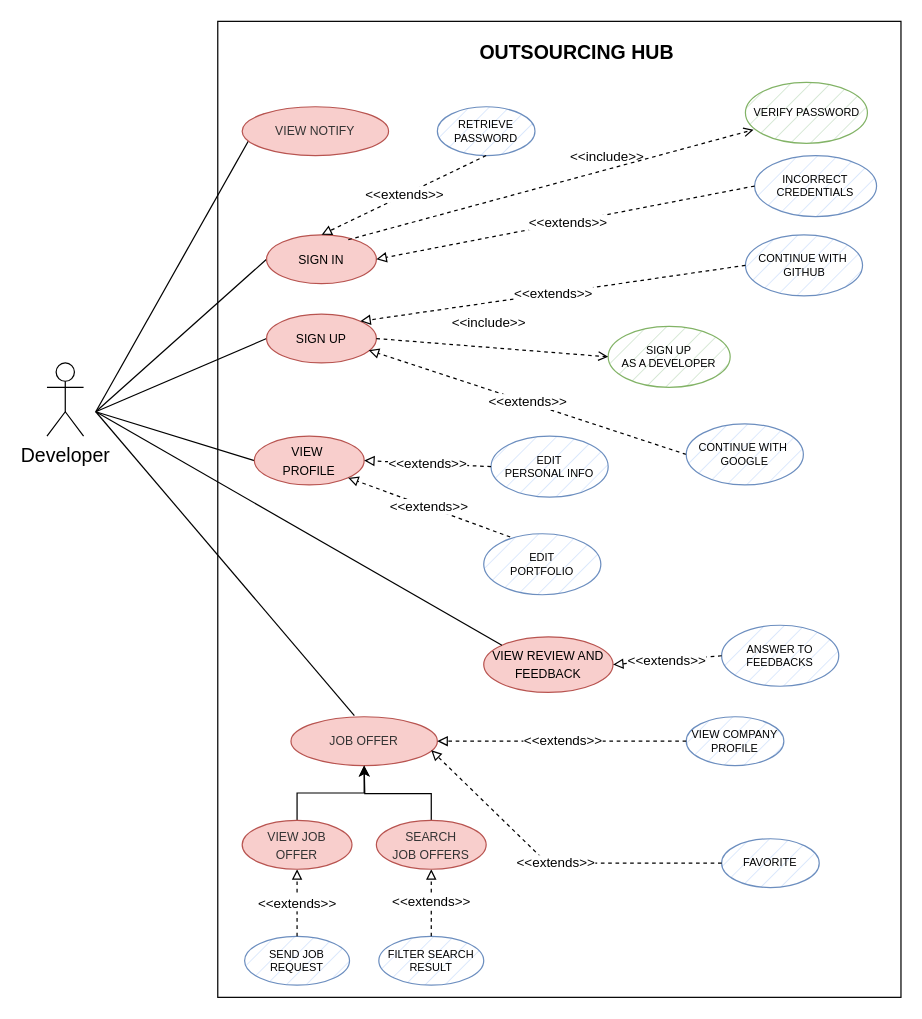
Above: use_cases/use_cases_dev.drawio in mattiadanisi00/ids (draw.io), before the change. Source tidied: cells renumbered, new cells numbered last; positions are measured from the earlier drawing's top-left corner, leaving out a move shared by most shapes. Both pictures are drawn from the tidied source at 122%, with x=0, y=0 at pixel (46, 21).
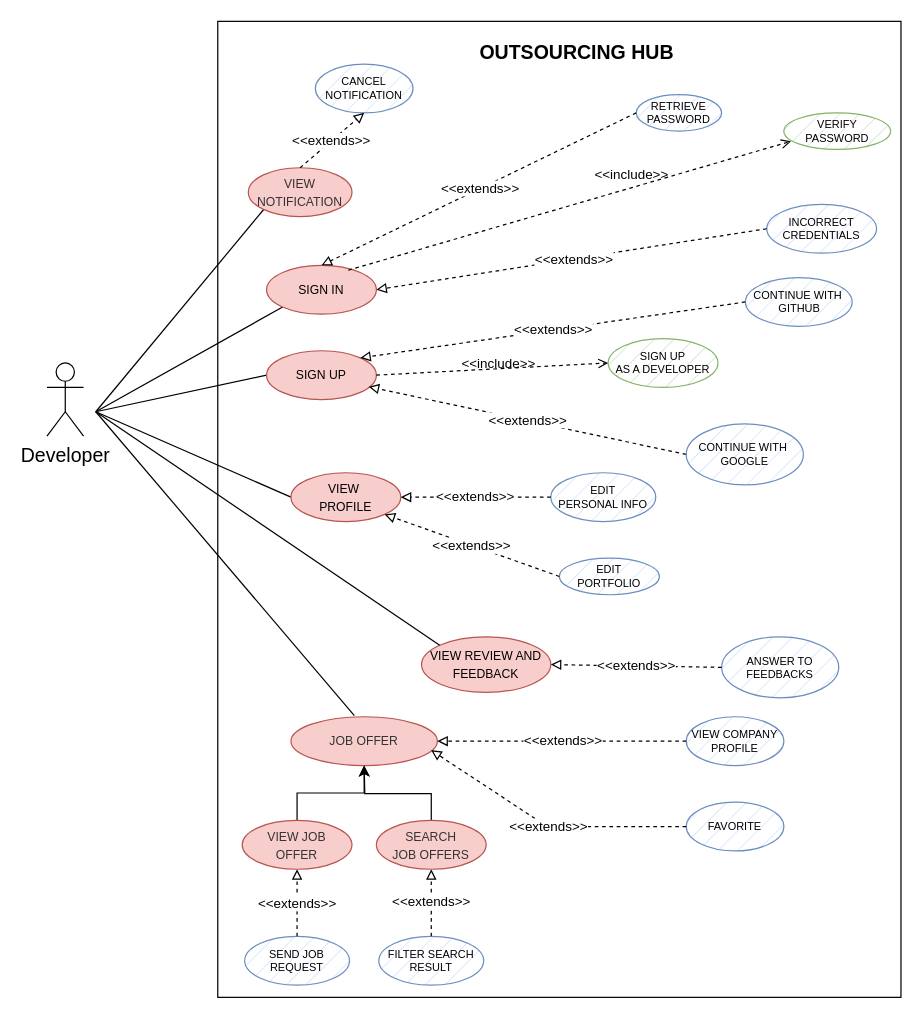
The same diagram, later.

The change refers to these unchanged cells:
```xml
<mxCell id="27" value="&lt;span style=&quot;caret-color: rgb(0, 0, 0); font-family: Helvetica; font-size: x-small; font-style: normal; font-variant-caps: normal; font-weight: 400; letter-spacing: normal; text-align: center; text-indent: 0px; text-transform: none; word-spacing: 0px; -webkit-text-stroke-width: 0px; text-decoration: none; float: none; display: inline !important;&quot;&gt;&lt;font color=&quot;#333333&quot;&gt;JOB OFFER&lt;/font&gt;&lt;/span&gt;" style="ellipse;whiteSpace=wrap;html=1;fillColor=#f8cecc;strokeColor=#b85450;" parent="1" vertex="1">
  <mxGeometry x="200" y="570" width="120" height="40" as="geometry" />
</mxCell>
```

Diff of the diagram source:
```diff
@@
-    <mxCell id="4" style="edgeStyle=none;rounded=0;jettySize=auto;html=1;entryX=0;entryY=0.5;entryDx=0;entryDy=0;startArrow=none;startFill=0;strokeColor=default;endArrow=none;endFill=0;strokeWidth=1;" parent="1" edge="1" target="8">
+    <mxCell id="4" style="edgeStyle=none;rounded=0;jettySize=auto;html=1;entryX=0;entryY=1;entryDx=0;entryDy=0;startArrow=none;startFill=0;strokeColor=default;endArrow=none;endFill=0;strokeWidth=1;" parent="1" edge="1" target="8">
       <mxGeometry relative="1" as="geometry">
         <mxPoint x="40" y="320" as="sourcePoint" />
       </mxGeometry>
     </mxCell>
@@
     <mxCell id="8" value="&lt;font style=&quot;font-size: 10px;&quot;&gt;SIGN IN&lt;/font&gt;" style="ellipse;whiteSpace=wrap;html=1;fillColor=#f8cecc;strokeColor=#b85450;" parent="1" vertex="1">
-      <mxGeometry x="180" y="175" width="90" height="40" as="geometry" />
+      <mxGeometry x="180" y="200" width="90" height="40" as="geometry" />
     </mxCell>
     <mxCell id="9" value="&lt;font style=&quot;font-size: 9px;&quot;&gt;INCORRECT&lt;br style=&quot;font-size: 9px;&quot;&gt;CREDENTIALS&lt;/font&gt;" style="ellipse;whiteSpace=wrap;html=1;fillColor=#dae8fc;strokeColor=#6c8ebf;fontSize=9;strokeWidth=1;fillStyle=hatch;" parent="1" vertex="1">
-      <mxGeometry x="580" y="110" width="100" height="50" as="geometry" />
+      <mxGeometry x="590" y="150" width="90" height="40" as="geometry" />
     </mxCell>
@@
     <mxCell id="11" value="&lt;font style=&quot;font-size: 10px;&quot;&gt;SIGN UP&lt;/font&gt;" style="ellipse;whiteSpace=wrap;html=1;fillColor=#f8cecc;strokeColor=#b85450;" parent="1" vertex="1">
-      <mxGeometry x="180" y="240" width="90" height="40" as="geometry" />
+      <mxGeometry x="180" y="270" width="90" height="40" as="geometry" />
     </mxCell>
     <mxCell id="12" value="&lt;font style=&quot;font-size: 10px;&quot;&gt;VIEW&amp;nbsp;&lt;br&gt;PROFILE&lt;/font&gt;" style="ellipse;whiteSpace=wrap;html=1;fillColor=#f8cecc;strokeColor=#b85450;" parent="1" vertex="1">
-      <mxGeometry x="170" y="340" width="90" height="40" as="geometry" />
+      <mxGeometry x="200" y="370" width="90" height="40" as="geometry" />
     </mxCell>
     <mxCell id="13" value="&lt;font style=&quot;font-size: 9px;&quot;&gt;EDIT&lt;br style=&quot;font-size: 9px;&quot;&gt;PERSONAL INFO&lt;br style=&quot;font-size: 9px;&quot;&gt;&lt;/font&gt;" style="ellipse;whiteSpace=wrap;html=1;fillColor=#dae8fc;strokeColor=#6c8ebf;fontSize=9;strokeWidth=1;fillStyle=hatch;" parent="1" vertex="1">
-      <mxGeometry x="364" y="340" width="96" height="50" as="geometry" />
+      <mxGeometry x="413" y="370" width="86" height="40" as="geometry" />
     </mxCell>
     <mxCell id="14" value="&lt;font style=&quot;font-size: 9px;&quot;&gt;RETRIEVE&lt;br style=&quot;font-size: 9px;&quot;&gt;PASSWORD&lt;/font&gt;" style="ellipse;whiteSpace=wrap;html=1;fillColor=#dae8fc;strokeColor=#6c8ebf;fontSize=9;strokeWidth=1;fillStyle=hatch;" parent="1" vertex="1">
-      <mxGeometry x="320" y="70" width="80" height="40" as="geometry" />
+      <mxGeometry x="483" y="60" width="70" height="30" as="geometry" />
     </mxCell>
-    <mxCell id="15" value="&amp;lt;&amp;lt;extends&amp;gt;&amp;gt;" style="endArrow=block;endFill=0;html=1;rounded=0;dashed=1;exitX=0.5;exitY=1;exitDx=0;exitDy=0;entryX=0.5;entryY=0;entryDx=0;entryDy=0;" parent="1" edge="1" source="14" target="8">
+    <mxCell id="15" value="&amp;lt;&amp;lt;extends&amp;gt;&amp;gt;" style="endArrow=block;endFill=0;html=1;rounded=0;dashed=1;exitX=0;exitY=0.5;exitDx=0;exitDy=0;entryX=0.5;entryY=0;entryDx=0;entryDy=0;" parent="1" edge="1" source="14" target="8">
       <mxGeometry x="-0.01" relative="1" as="geometry" />
     </mxCell>
     <mxCell id="16" value="&lt;font style=&quot;font-size: 9px;&quot;&gt;EDIT&lt;br style=&quot;font-size: 9px;&quot;&gt;PORTFOLIO&lt;br style=&quot;font-size: 9px;&quot;&gt;&lt;/font&gt;" style="ellipse;whiteSpace=wrap;html=1;fillColor=#dae8fc;strokeColor=#6c8ebf;fontSize=9;strokeWidth=1;fillStyle=hatch;" parent="1" vertex="1">
-      <mxGeometry x="358" y="420" width="96" height="50" as="geometry" />
+      <mxGeometry x="420" y="440" width="82" height="30" as="geometry" />
     </mxCell>
@@
-    <mxCell id="18" value="&amp;lt;&amp;lt;extends&amp;gt;&amp;gt;" style="endArrow=block;endFill=0;html=1;rounded=0;dashed=1;exitX=0.226;exitY=0.053;exitDx=0;exitDy=0;exitPerimeter=0;entryX=1;entryY=1;entryDx=0;entryDy=0;" parent="1" edge="1" source="16" target="12">
+    <mxCell id="18" value="&amp;lt;&amp;lt;extends&amp;gt;&amp;gt;" style="endArrow=block;endFill=0;html=1;rounded=0;dashed=1;exitX=0;exitY=0.5;exitDx=0;exitDy=0;entryX=1;entryY=1;entryDx=0;entryDy=0;" parent="1" edge="1" source="16" target="12">
       <mxGeometry relative="1" as="geometry" />
     </mxCell>
@@
     <mxCell id="21" value="&lt;font style=&quot;font-size: 9px;&quot;&gt;CONTINUE WITH&amp;nbsp;&lt;br style=&quot;font-size: 9px;&quot;&gt;GITHUB&lt;br style=&quot;font-size: 9px;&quot;&gt;&lt;/font&gt;" style="ellipse;whiteSpace=wrap;html=1;fillColor=#dae8fc;strokeColor=#6c8ebf;fontSize=9;strokeWidth=1;fillStyle=hatch;" parent="1" vertex="1">
-      <mxGeometry x="572.5" y="175" width="96" height="50" as="geometry" />
+      <mxGeometry x="572.5" y="210" width="87.5" height="40" as="geometry" />
     </mxCell>
@@
     <mxCell id="24" value="&lt;font style=&quot;font-size: 9px;&quot;&gt;VERIFY PASSWORD&lt;/font&gt;" style="ellipse;whiteSpace=wrap;html=1;fillColor=#d5e8d4;strokeColor=#82b366;fontSize=9;strokeWidth=1;fillStyle=hatch;" parent="1" vertex="1">
-      <mxGeometry x="572.5" y="50" width="100" height="50" as="geometry" />
+      <mxGeometry x="604" y="75" width="87.5" height="30" as="geometry" />
     </mxCell>
     <mxCell id="25" value="&lt;font size=&quot;1&quot;&gt;VIEW REVIEW AND FEEDBACK&lt;/font&gt;" style="ellipse;whiteSpace=wrap;html=1;fillColor=#f8cecc;strokeColor=#b85450;" parent="1" vertex="1">
-      <mxGeometry x="358" y="504.5" width="106" height="45.5" as="geometry" />
+      <mxGeometry x="307" y="504.5" width="106" height="45.5" as="geometry" />
     </mxCell>
@@
     <mxCell id="35" value="&lt;font style=&quot;font-size: 9px;&quot;&gt;ANSWER TO&lt;br&gt;FEEDBACKS&lt;br style=&quot;font-size: 9px;&quot;&gt;&lt;/font&gt;" style="ellipse;whiteSpace=wrap;html=1;fillColor=#dae8fc;strokeColor=#6c8ebf;fontSize=9;strokeWidth=1;fillStyle=hatch;" parent="1" vertex="1">
-      <mxGeometry x="553" y="495" width="96" height="50" as="geometry" />
+      <mxGeometry x="553" y="504.5" width="96" height="50" as="geometry" />
     </mxCell>
@@
     <mxCell id="37" value="&lt;font style=&quot;font-size: 9px;&quot;&gt;SIGN UP&lt;br&gt;AS A DEVELOPER&lt;br&gt;&lt;/font&gt;" style="ellipse;whiteSpace=wrap;html=1;fillColor=#d5e8d4;strokeColor=#82b366;fontSize=9;strokeWidth=1;fillStyle=hatch;" parent="1" vertex="1">
-      <mxGeometry x="460" y="250" width="100" height="50" as="geometry" />
+      <mxGeometry x="460" y="260" width="90" height="40" as="geometry" />
     </mxCell>
     <mxCell id="38" value="&amp;lt;&amp;lt;include&amp;gt;&amp;gt;" style="html=1;verticalAlign=bottom;labelBackgroundColor=none;endArrow=open;endFill=0;dashed=1;rounded=0;exitX=1;exitY=0.5;exitDx=0;exitDy=0;entryX=0;entryY=0.5;entryDx=0;entryDy=0;" parent="1" edge="1" source="11" target="37">
-      <mxGeometry x="-0.03" y="11" relative="1" as="geometry">
-        <mxPoint x="-1" as="offset" />
-      </mxGeometry>
+      <mxGeometry x="0.05" y="-5" relative="1" as="geometry" />
     </mxCell>
-    <mxCell id="39" style="edgeStyle=none;rounded=0;jettySize=auto;html=1;strokeColor=default;strokeWidth=1;fontSize=10;startArrow=none;startFill=0;endArrow=none;endFill=0;exitX=0;exitY=0;exitDx=0;exitDy=0;" parent="1" edge="1" source="40">
+    <mxCell id="39" style="edgeStyle=none;rounded=0;jettySize=auto;html=1;strokeColor=default;strokeWidth=1;fontSize=10;startArrow=none;startFill=0;endArrow=none;endFill=0;exitX=0;exitY=1;exitDx=0;exitDy=0;" parent="1" edge="1" source="40">
       <mxGeometry relative="1" as="geometry">
         <mxPoint x="40" y="320" as="targetPoint" />
       </mxGeometry>
     </mxCell>
-    <mxCell id="40" value="&lt;span style=&quot;caret-color: rgb(0, 0, 0); font-family: Helvetica; font-size: x-small; font-style: normal; font-variant-caps: normal; font-weight: 400; letter-spacing: normal; text-align: center; text-indent: 0px; text-transform: none; word-spacing: 0px; -webkit-text-stroke-width: 0px; text-decoration: none; float: none; display: inline !important;&quot;&gt;&lt;font color=&quot;#333333&quot;&gt;VIEW NOTIFY&lt;/font&gt;&lt;/span&gt;" style="ellipse;whiteSpace=wrap;html=1;fillColor=#f8cecc;strokeColor=#b85450;" parent="1" vertex="1">
-      <mxGeometry x="160" y="70" width="120" height="40" as="geometry" />
+    <mxCell id="40" value="&lt;span style=&quot;caret-color: rgb(0, 0, 0); font-family: Helvetica; font-size: x-small; font-style: normal; font-variant-caps: normal; font-weight: 400; letter-spacing: normal; text-align: center; text-indent: 0px; text-transform: none; word-spacing: 0px; -webkit-text-stroke-width: 0px; text-decoration: none; float: none; display: inline !important;&quot;&gt;&lt;font color=&quot;#333333&quot;&gt;VIEW NOTIFICATION&lt;/font&gt;&lt;/span&gt;" style="ellipse;whiteSpace=wrap;html=1;fillColor=#f8cecc;strokeColor=#b85450;" parent="1" vertex="1">
+      <mxGeometry x="165" y="120" width="85" height="40" as="geometry" />
     </mxCell>
     <mxCell id="41" value="&lt;font style=&quot;font-size: 9px;&quot;&gt;FAVORITE&lt;br style=&quot;font-size: 9px;&quot;&gt;&lt;/font&gt;" style="ellipse;whiteSpace=wrap;html=1;fillColor=#dae8fc;strokeColor=#6c8ebf;fontSize=9;strokeWidth=1;fillStyle=hatch;" parent="1" vertex="1">
-      <mxGeometry x="553" y="670" width="80" height="40" as="geometry" />
+      <mxGeometry x="524" y="640" width="80" height="40" as="geometry" />
     </mxCell>
     <mxCell id="42" value="&amp;lt;&amp;lt;extends&amp;gt;&amp;gt;" style="endArrow=block;endFill=0;html=1;rounded=0;dashed=1;exitX=0;exitY=0.5;exitDx=0;exitDy=0;entryX=0.958;entryY=0.686;entryDx=0;entryDy=0;entryPerimeter=0;" parent="1" edge="1" source="41" target="27">
       <mxGeometry x="-0.01" relative="1" as="geometry">
         <Array as="points">
-          <mxPoint x="410" y="690" />
+          <mxPoint x="410" y="660" />
         </Array>
       </mxGeometry>
     </mxCell>
@@
+    <mxCell id="47" value="CANCEL&lt;br&gt;NOTIFICATION" style="ellipse;whiteSpace=wrap;html=1;fillColor=#dae8fc;strokeColor=#6c8ebf;fontSize=9;strokeWidth=1;fillStyle=hatch;" parent="1" vertex="1">
+      <mxGeometry x="220" y="35" width="80" height="40" as="geometry" />
+    </mxCell>
+    <mxCell id="48" value="&amp;lt;&amp;lt;extends&amp;gt;&amp;gt;" style="endArrow=block;endFill=0;html=1;rounded=0;dashed=1;exitX=0.5;exitY=0;exitDx=0;exitDy=0;entryX=0.5;entryY=1;entryDx=0;entryDy=0;" parent="1" edge="1" source="40" target="47">
+      <mxGeometry x="-0.01" relative="1" as="geometry" />
+    </mxCell>
```
